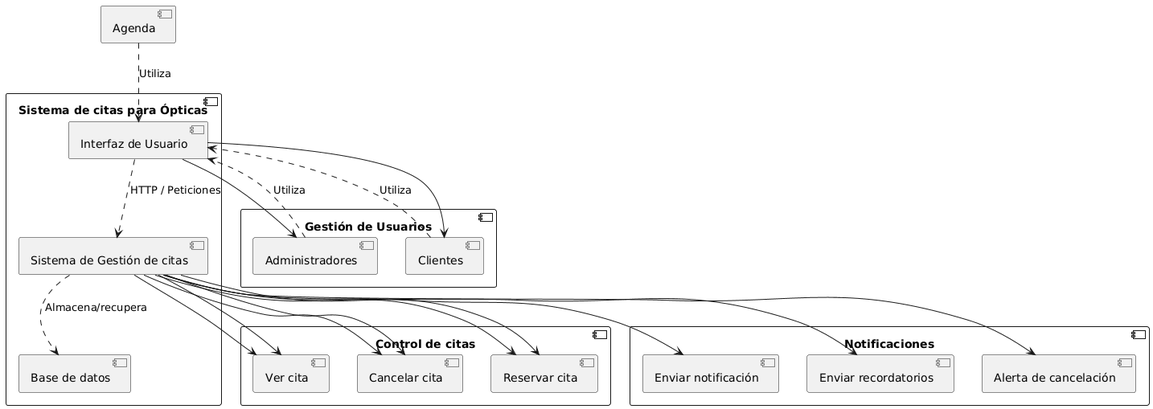
The PlantUML diagram Projecte intermodular/Entrega_2/design/diagramaComponentesbrillo.png in ceuvedev/DAW, before a commit.
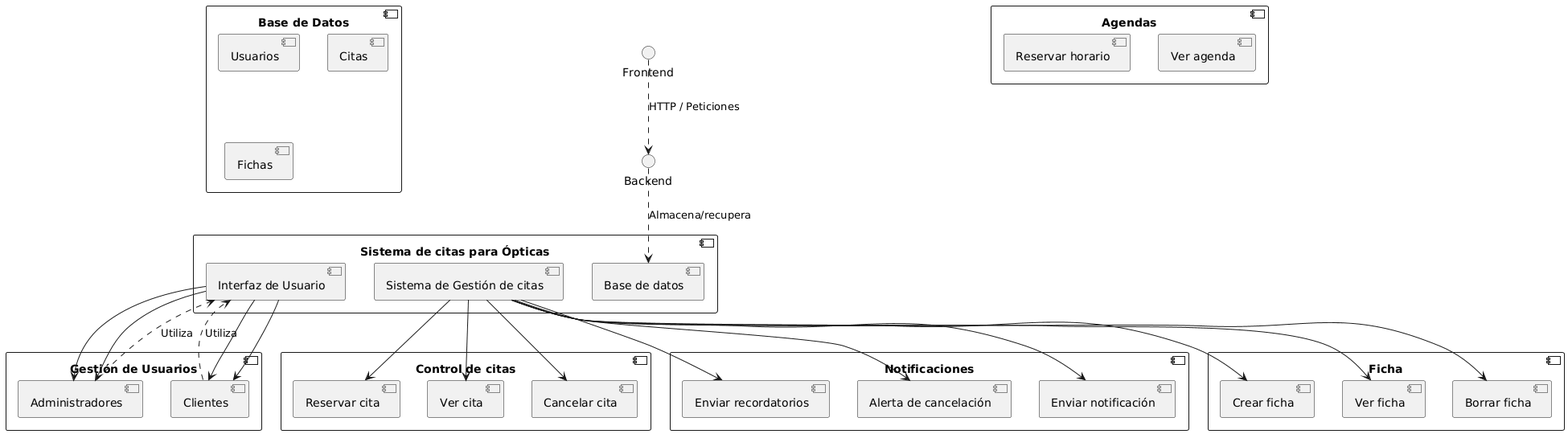
After the commit.

What changed in the source:
```diff
@@ -6,12 +6,12 @@
 }
 
 component "Control de citas" {
-    [Reservar cita]
-    [Ver cita]
-    [Cancelar cita]
-    Manager --> [Reservar cita]
-    Manager --> [Ver cita]
-    Manager --> [Cancelar cita]
+      [Reservar cita]
+      [Ver cita]
+      [Cancelar cita]
+      Manager --> [Reservar cita]
+      Manager --> [Ver cita]
+      Manager --> [Cancelar cita]
 }
 
 component "Gestión de Usuarios" {
@@ -20,28 +20,40 @@
     UI --> [Clientes]
     UI --> [Administradores]
 }
-component "Agenda" {
-    [Reservar cita]
-    [Ver cita]
-    [Cancelar cita]
-    Manager --> [Reservar cita]
-    Manager --> [Ver cita]
-    Manager --> [Cancelar cita]
+
+component "Agendas" {
+    [Reservar horario]
+    [Ver agenda]
+    UI --> [Clientes]
+    UI --> [Administradores]
 }
 
 component "Notificaciones" {
-    [Enviar notificación]
-    [Enviar recordatorios]
-    [Alerta de cancelación]
-    Manager --> [Enviar notificación]
-    Manager --> [Enviar recordatorios]
-    Manager --> [Alerta de cancelación]
+      [Enviar notificación]
+      [Enviar recordatorios]
+      [Alerta de cancelación]
+      Manager --> [Enviar notificación]
+      Manager --> [Enviar recordatorios]
+      Manager --> [Alerta de cancelación]
 }
 
 
+component "Base de Datos" {
+  [Usuarios]
+  [Citas]
+  [Fichas]
+}
+component "Ficha" {
+  [Crear ficha]
+  [Ver ficha]
+  [Borrar ficha]
+Manager --> [Crear ficha]
+Manager --> [Ver ficha]
+Manager --> [Borrar ficha]
+}
+
 [Clientes] ..> UI: Utiliza
 [Administradores] ..> UI: Utiliza
-[Agenda] ..> UI: Utiliza
-UI ..> Manager : HTTP / Peticiones
-Manager ..> DB : Almacena/recupera
+Frontend ..> Backend : HTTP / Peticiones
+Backend ..> DB : Almacena/recupera
 @enduml
```
